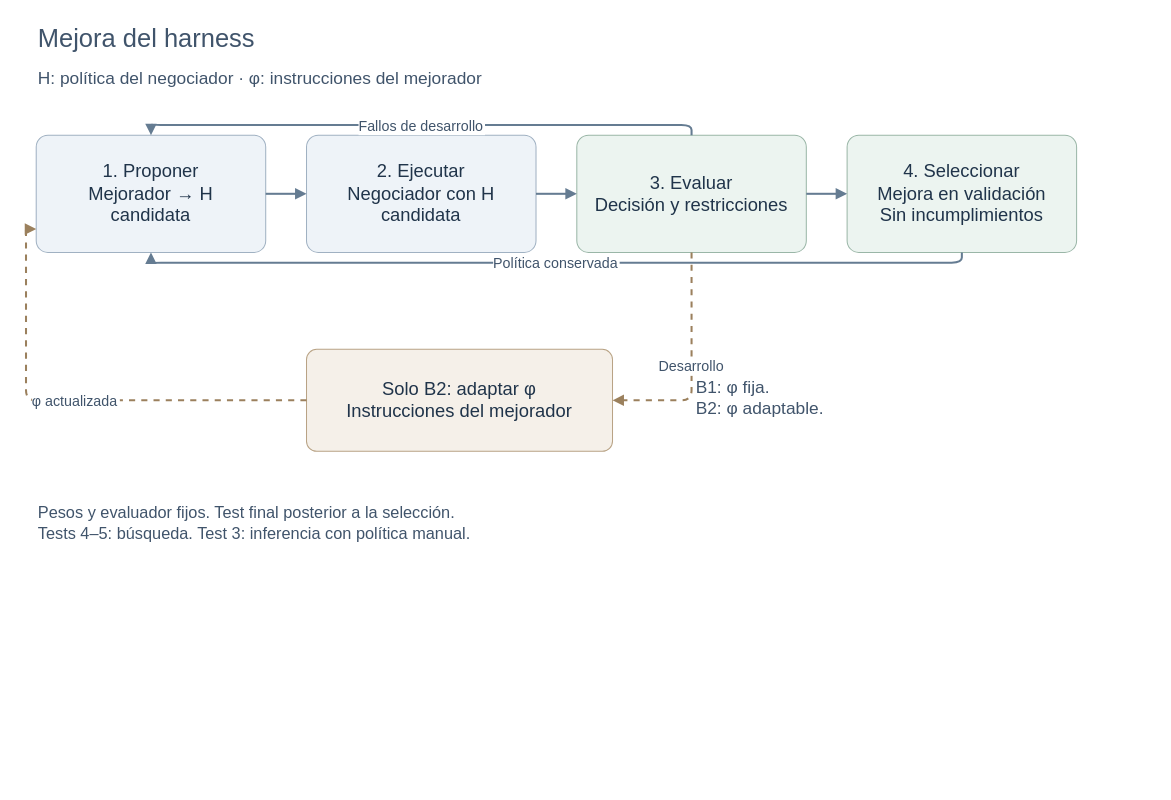
This is research/cases/case-0003-debt-negotiation/diagrams/learning-loop.drawio from jairzinhosantos/thinking-harness, a draw.io file, before an edit. Source tidied: cells renumbered, new cells numbered last; positions are measured from the earlier drawing's top-left corner, leaving out a move shared by most shapes. Both pictures are drawn from the tidied source at 102%, with x=0, y=0 at pixel (36, 17).
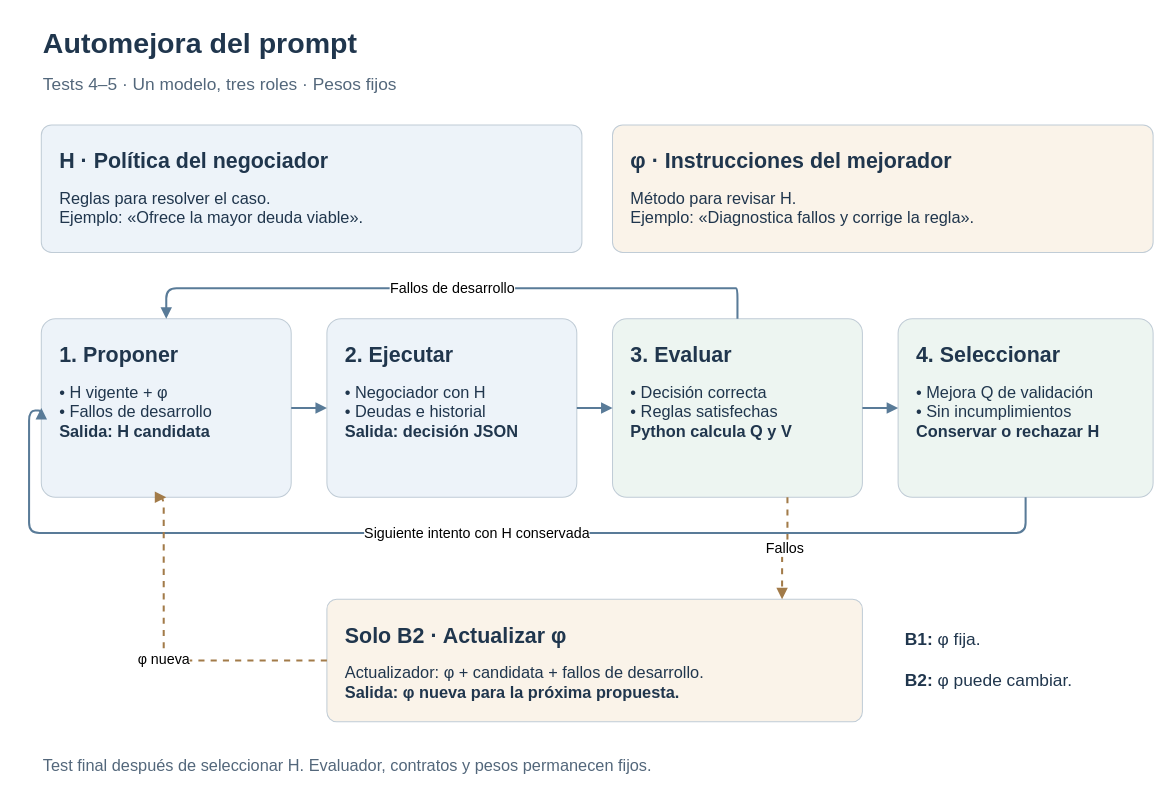
The same page after the edit.

The edit, as a diff of the source:
```diff
@@
-<mxGraphModel background="#FFFFFF">
+<mxGraphModel>
@@
-    <mxCell id="2" value="Mejora del harness" style="text;html=0;whiteSpace=wrap;align=left;verticalAlign=middle;fontColor=#40546B;fontFamily=Helvetica;fontSize=25;" parent="1" vertex="1">
-      <mxGeometry width="1000" height="38" as="geometry" />
+    <mxCell id="2" value="Automejora del prompt" style="text;html=1;whiteSpace=wrap;align=left;verticalAlign=middle;fontFamily=Arial;fontColor=#20364D;fontSize=28;fontStyle=1;" parent="1" vertex="1">
+      <mxGeometry x="5" y="5" width="1090" height="40" as="geometry" />
     </mxCell>
-    <mxCell id="3" value="H: política del negociador     ·     φ: instrucciones del mejorador" style="text;html=0;whiteSpace=wrap;align=left;verticalAlign=middle;fontColor=#40546B;fontFamily=Helvetica;fontSize=17;" parent="1" vertex="1">
-      <mxGeometry y="45" width="1000" height="30" as="geometry" />
-    </mxCell>
+    <mxCell id="18" value="Tests 4–5 · Un modelo, tres roles · Pesos fijos" style="text;html=1;whiteSpace=wrap;align=left;verticalAlign=middle;fontFamily=Arial;fontColor=#53677B;fontSize=17;fontStyle=0;" parent="1" vertex="1">
+      <mxGeometry x="5" y="50" width="1090" height="32" as="geometry" />
+    </mxCell>
+    <mxCell id="19" value="&lt;div style=&quot;text-align:left&quot;&gt;&lt;b style=&quot;font-size:21px&quot;&gt;H · Política del negociador&lt;/b&gt;&lt;br&gt;&lt;br&gt;&lt;span style=&quot;font-size:16px&quot;&gt;Reglas para resolver el caso.&lt;br&gt;Ejemplo: «Ofrece la mayor deuda viable».&lt;/span&gt;&lt;/div&gt;" style="rounded=1;arcSize=8;whiteSpace=wrap;html=1;fillColor=#EDF3F9;strokeColor=#C0CCD6;fontColor=#20364D;fontFamily=Arial;align=left;verticalAlign=top;spacing=18;" parent="1" vertex="1">
+      <mxGeometry x="5" y="105" width="530" height="125" as="geometry" />
+    </mxCell>
+    <mxCell id="20" value="&lt;div style=&quot;text-align:left&quot;&gt;&lt;b style=&quot;font-size:21px&quot;&gt;φ · Instrucciones del mejorador&lt;/b&gt;&lt;br&gt;&lt;br&gt;&lt;span style=&quot;font-size:16px&quot;&gt;Método para revisar H.&lt;br&gt;Ejemplo: «Diagnostica fallos y corrige la regla».&lt;/span&gt;&lt;/div&gt;" style="rounded=1;arcSize=8;whiteSpace=wrap;html=1;fillColor=#FAF3E9;strokeColor=#C0CCD6;fontColor=#20364D;fontFamily=Arial;align=left;verticalAlign=top;spacing=18;" parent="1" vertex="1">
+      <mxGeometry x="565" y="105" width="530" height="125" as="geometry" />
+    </mxCell>
-    <mxCell id="4" value="1. Proponer&#10;Mejorador → H candidata" style="rounded=1;whiteSpace=wrap;html=0;arcSize=10;fillColor=#EEF3F8;strokeColor=#A0B1C2;fontColor=#20344A;fontFamily=Helvetica;fontSize=18;spacing=14;" parent="1" vertex="1">
-      <mxGeometry y="115" width="225" height="115" as="geometry" />
+    <mxCell id="4" value="&lt;div style=&quot;text-align:left&quot;&gt;&lt;b style=&quot;font-size:21px&quot;&gt;1. Proponer&lt;/b&gt;&lt;br&gt;&lt;br&gt;&lt;span style=&quot;font-size:16px&quot;&gt;• H vigente + φ&lt;br&gt;• Fallos de desarrollo&lt;br&gt;&lt;b&gt;Salida: H candidata&lt;/b&gt;&lt;/span&gt;&lt;/div&gt;" style="rounded=1;arcSize=8;whiteSpace=wrap;html=1;fillColor=#EDF3F9;strokeColor=#C0CCD6;fontColor=#20364D;fontFamily=Arial;align=left;verticalAlign=top;spacing=18;" parent="1" vertex="1">
+      <mxGeometry x="5" y="295" width="245" height="175" as="geometry" />
     </mxCell>
-    <mxCell id="5" value="2. Ejecutar&#10;Negociador con H candidata" style="rounded=1;whiteSpace=wrap;html=0;arcSize=10;fillColor=#EEF3F8;strokeColor=#A0B1C2;fontColor=#20344A;fontFamily=Helvetica;fontSize=18;spacing=14;" parent="1" vertex="1">
-      <mxGeometry x="265" y="115" width="225" height="115" as="geometry" />
-    </mxCell>
-    <mxCell id="6" value="3. Evaluar&#10;Decisión y restricciones" style="rounded=1;whiteSpace=wrap;html=0;arcSize=10;fillColor=#ECF4F0;strokeColor=#9AB6A7;fontColor=#20344A;fontFamily=Helvetica;fontSize=18;spacing=14;" parent="1" vertex="1">
-      <mxGeometry x="530" y="115" width="225" height="115" as="geometry" />
-    </mxCell>
+    <mxCell id="21" value="&lt;div style=&quot;text-align:left&quot;&gt;&lt;b style=&quot;font-size:21px&quot;&gt;2. Ejecutar&lt;/b&gt;&lt;br&gt;&lt;br&gt;&lt;span style=&quot;font-size:16px&quot;&gt;• Negociador con H&lt;br&gt;• Deudas e historial&lt;br&gt;&lt;b&gt;Salida: decisión JSON&lt;/b&gt;&lt;/span&gt;&lt;/div&gt;" style="rounded=1;arcSize=8;whiteSpace=wrap;html=1;fillColor=#EDF3F9;strokeColor=#C0CCD6;fontColor=#20364D;fontFamily=Arial;align=left;verticalAlign=top;spacing=18;" parent="1" vertex="1">
+      <mxGeometry x="285" y="295" width="245" height="175" as="geometry" />
+    </mxCell>
+    <mxCell id="22" value="&lt;div style=&quot;text-align:left&quot;&gt;&lt;b style=&quot;font-size:21px&quot;&gt;3. Evaluar&lt;/b&gt;&lt;br&gt;&lt;br&gt;&lt;span style=&quot;font-size:16px&quot;&gt;• Decisión correcta&lt;br&gt;• Reglas satisfechas&lt;br&gt;&lt;b&gt;Python calcula Q y V&lt;/b&gt;&lt;/span&gt;&lt;/div&gt;" style="rounded=1;arcSize=8;whiteSpace=wrap;html=1;fillColor=#EDF5F1;strokeColor=#C0CCD6;fontColor=#20364D;fontFamily=Arial;align=left;verticalAlign=top;spacing=18;" parent="1" vertex="1">
+      <mxGeometry x="565" y="295" width="245" height="175" as="geometry" />
+    </mxCell>
-    <mxCell id="7" value="4. Seleccionar&#10;Mejora en validación&#10;Sin incumplimientos" style="rounded=1;whiteSpace=wrap;html=0;arcSize=10;fillColor=#ECF4F0;strokeColor=#9AB6A7;fontColor=#20344A;fontFamily=Helvetica;fontSize=18;spacing=14;" parent="1" vertex="1">
-      <mxGeometry x="795" y="115" width="225" height="115" as="geometry" />
+    <mxCell id="7" value="&lt;div style=&quot;text-align:left&quot;&gt;&lt;b style=&quot;font-size:21px&quot;&gt;4. Seleccionar&lt;/b&gt;&lt;br&gt;&lt;br&gt;&lt;span style=&quot;font-size:16px&quot;&gt;• Mejora Q de validación&lt;br&gt;• Sin incumplimientos&lt;br&gt;&lt;b&gt;Conservar o rechazar H&lt;/b&gt;&lt;/span&gt;&lt;/div&gt;" style="rounded=1;arcSize=8;whiteSpace=wrap;html=1;fillColor=#EDF5F1;strokeColor=#C0CCD6;fontColor=#20364D;fontFamily=Arial;align=left;verticalAlign=top;spacing=18;" parent="1" vertex="1">
+      <mxGeometry x="845" y="295" width="250" height="175" as="geometry" />
     </mxCell>
-    <mxCell id="8" style="edgeStyle=orthogonalEdgeStyle;rounded=1;html=0;endArrow=block;strokeColor=#657C92;strokeWidth=2;fontSize=14;fontFamily=Helvetica;fontColor=#40546B;labelBackgroundColor=#FFFFFF;" parent="1" edge="1" source="4" target="5">
-      <mxGeometry relative="1" as="geometry" />
-    </mxCell>
-    <mxCell id="9" style="edgeStyle=orthogonalEdgeStyle;rounded=1;html=0;endArrow=block;strokeColor=#657C92;strokeWidth=2;fontSize=14;fontFamily=Helvetica;fontColor=#40546B;labelBackgroundColor=#FFFFFF;" parent="1" edge="1" source="5" target="6">
-      <mxGeometry relative="1" as="geometry" />
-    </mxCell>
-    <mxCell id="10" style="edgeStyle=orthogonalEdgeStyle;rounded=1;html=0;endArrow=block;strokeColor=#657C92;strokeWidth=2;fontSize=14;fontFamily=Helvetica;fontColor=#40546B;labelBackgroundColor=#FFFFFF;" parent="1" edge="1" source="6" target="7">
-      <mxGeometry relative="1" as="geometry" />
-    </mxCell>
-    <mxCell id="11" value="Solo B2: adaptar φ&#10;Instrucciones del mejorador" style="rounded=1;whiteSpace=wrap;html=0;arcSize=10;fillColor=#F5F0E9;strokeColor=#B9A385;fontColor=#20344A;fontFamily=Helvetica;fontSize=18;spacing=14;" parent="1" vertex="1">
-      <mxGeometry x="265" y="325" width="300" height="100" as="geometry" />
-    </mxCell>
+    <mxCell id="23" style="edgeStyle=orthogonalEdgeStyle;rounded=1;html=1;endArrow=block;endFill=1;strokeWidth=2;fontSize=14;fontFamily=Arial;labelBackgroundColor=#FFFFFF;strokeColor=#597B98;" parent="1" edge="1" source="4" target="21">
+      <mxGeometry relative="1" as="geometry" />
+    </mxCell>
+    <mxCell id="24" style="edgeStyle=orthogonalEdgeStyle;rounded=1;html=1;endArrow=block;endFill=1;strokeWidth=2;fontSize=14;fontFamily=Arial;labelBackgroundColor=#FFFFFF;strokeColor=#597B98;" parent="1" edge="1" source="21" target="22">
+      <mxGeometry relative="1" as="geometry" />
+    </mxCell>
+    <mxCell id="25" style="edgeStyle=orthogonalEdgeStyle;rounded=1;html=1;endArrow=block;endFill=1;strokeWidth=2;fontSize=14;fontFamily=Arial;labelBackgroundColor=#FFFFFF;strokeColor=#597B98;" parent="1" edge="1" source="22" target="7">
+      <mxGeometry relative="1" as="geometry" />
+    </mxCell>
-    <mxCell id="12" value="Fallos de desarrollo" style="edgeStyle=orthogonalEdgeStyle;rounded=1;html=0;endArrow=block;strokeColor=#657C92;strokeWidth=2;fontSize=14;fontFamily=Helvetica;fontColor=#40546B;labelBackgroundColor=#FFFFFF;exitX=0.5;exitY=0;entryX=0.5;entryY=0;" parent="1" edge="1" source="6" target="4">
-      <mxGeometry relative="1" as="geometry" />
+    <mxCell id="12" value="Fallos de desarrollo" style="edgeStyle=orthogonalEdgeStyle;rounded=1;html=1;endArrow=block;endFill=1;strokeWidth=2;fontSize=14;fontFamily=Arial;labelBackgroundColor=#FFFFFF;strokeColor=#597B98;exitX=0.5;exitY=0;entryX=0.5;entryY=0;" parent="1" edge="1" source="22" target="4">
+      <mxGeometry relative="1" as="geometry">
+        <Array as="points">
+          <mxPoint x="685" y="265" />
+          <mxPoint x="125" y="265" />
+        </Array>
+      </mxGeometry>
     </mxCell>
-    <mxCell id="13" value="Política conservada" style="edgeStyle=orthogonalEdgeStyle;rounded=1;html=0;endArrow=block;strokeColor=#657C92;strokeWidth=2;fontSize=14;fontFamily=Helvetica;fontColor=#40546B;labelBackgroundColor=#FFFFFF;exitX=0.5;exitY=1;entryX=0.5;entryY=1;" parent="1" edge="1" source="7" target="4">
-      <mxGeometry relative="1" as="geometry" />
+    <mxCell id="13" value="Siguiente intento con H conservada" style="edgeStyle=orthogonalEdgeStyle;rounded=1;html=1;endArrow=block;endFill=1;strokeWidth=2;fontSize=14;fontFamily=Arial;labelBackgroundColor=#FFFFFF;strokeColor=#597B98;exitX=0.5;exitY=1;entryX=0;entryY=0.5;" parent="1" edge="1" source="7" target="4">
+      <mxGeometry relative="1" as="geometry">
+        <Array as="points">
+          <mxPoint x="970" y="505" />
+          <mxPoint x="-7" y="505" />
+          <mxPoint x="-7" y="385" />
+        </Array>
+      </mxGeometry>
     </mxCell>
-    <mxCell id="14" value="Desarrollo" style="edgeStyle=orthogonalEdgeStyle;rounded=1;html=0;endArrow=block;strokeColor=#657C92;strokeWidth=2;fontSize=14;fontFamily=Helvetica;fontColor=#40546B;labelBackgroundColor=#FFFFFF;dashed=1;strokeColor=#9B805D;exitX=0.5;exitY=1;entryX=1;entryY=0.5;" parent="1" edge="1" source="6" target="11">
-      <mxGeometry relative="1" as="geometry" />
-    </mxCell>
+    <mxCell id="11" value="&lt;div style=&quot;text-align:left&quot;&gt;&lt;b style=&quot;font-size:21px&quot;&gt;Solo B2 · Actualizar φ&lt;/b&gt;&lt;br&gt;&lt;br&gt;&lt;span style=&quot;font-size:16px&quot;&gt;Actualizador: φ + candidata + fallos de desarrollo.&lt;br&gt;&lt;b&gt;Salida: φ nueva para la próxima propuesta.&lt;/b&gt;&lt;/span&gt;&lt;/div&gt;" style="rounded=1;arcSize=8;whiteSpace=wrap;html=1;fillColor=#FAF3E9;strokeColor=#C0CCD6;fontColor=#20364D;fontFamily=Arial;align=left;verticalAlign=top;spacing=18;" parent="1" vertex="1">
+      <mxGeometry x="285" y="570" width="525" height="120" as="geometry" />
+    </mxCell>
+    <mxCell id="26" value="Fallos" style="edgeStyle=orthogonalEdgeStyle;rounded=1;html=1;endArrow=block;endFill=1;strokeWidth=2;fontSize=14;fontFamily=Arial;labelBackgroundColor=#FFFFFF;strokeColor=#A27B49;dashed=1;exitX=0.7;exitY=1;entryX=0.85;entryY=0;" parent="1" edge="1" source="22" target="11">
+      <mxGeometry relative="1" as="geometry" />
+    </mxCell>
-    <mxCell id="15" value="φ actualizada" style="edgeStyle=orthogonalEdgeStyle;rounded=1;html=0;endArrow=block;strokeColor=#657C92;strokeWidth=2;fontSize=14;fontFamily=Helvetica;fontColor=#40546B;labelBackgroundColor=#FFFFFF;dashed=1;strokeColor=#9B805D;exitX=0;exitY=0.5;entryX=0;entryY=0.8;" parent="1" edge="1" source="11" target="4">
-      <mxGeometry relative="1" as="geometry" />
+    <mxCell id="15" value="φ nueva" style="edgeStyle=orthogonalEdgeStyle;rounded=1;html=1;endArrow=block;endFill=1;strokeWidth=2;fontSize=14;fontFamily=Arial;labelBackgroundColor=#FFFFFF;strokeColor=#A27B49;dashed=1;exitX=0;exitY=0.5;entryX=0.5;entryY=1;" parent="1" edge="1" source="11" target="4">
+      <mxGeometry relative="1" as="geometry">
+        <Array as="points">
+          <mxPoint x="125" y="630" />
+        </Array>
+      </mxGeometry>
     </mxCell>
-    <mxCell id="16" value="B1: φ fija.&#10;B2: φ adaptable." style="text;html=0;whiteSpace=wrap;align=left;verticalAlign=middle;fontColor=#40546B;fontFamily=Helvetica;fontSize=17;" parent="1" vertex="1">
-      <mxGeometry x="645" y="340" width="360" height="65" as="geometry" />
+    <mxCell id="16" value="&lt;b&gt;B1:&lt;/b&gt; φ fija.&lt;br&gt;&lt;br&gt;&lt;b&gt;B2:&lt;/b&gt; φ puede cambiar." style="text;html=1;whiteSpace=wrap;align=left;verticalAlign=middle;fontFamily=Arial;fontColor=#20364D;fontSize=17;fontStyle=0;" parent="1" vertex="1">
+      <mxGeometry x="850" y="580" width="245" height="100" as="geometry" />
     </mxCell>
-    <mxCell id="17" value="Pesos y evaluador fijos. Test final posterior a la selección.&#10;Tests 4–5: búsqueda. Test 3: inferencia con política manual." style="text;html=0;whiteSpace=wrap;align=left;verticalAlign=middle;fontColor=#40546B;fontFamily=Helvetica;fontSize=16;" parent="1" vertex="1">
-      <mxGeometry y="465" width="1020" height="60" as="geometry" />
+    <mxCell id="17" value="Test final después de seleccionar H. Evaluador, contratos y pesos permanecen fijos." style="text;html=1;whiteSpace=wrap;align=left;verticalAlign=middle;fontFamily=Arial;fontColor=#53677B;fontSize=16;fontStyle=0;" parent="1" vertex="1">
+      <mxGeometry x="5" y="715" width="1090" height="35" as="geometry" />
     </mxCell>
```
